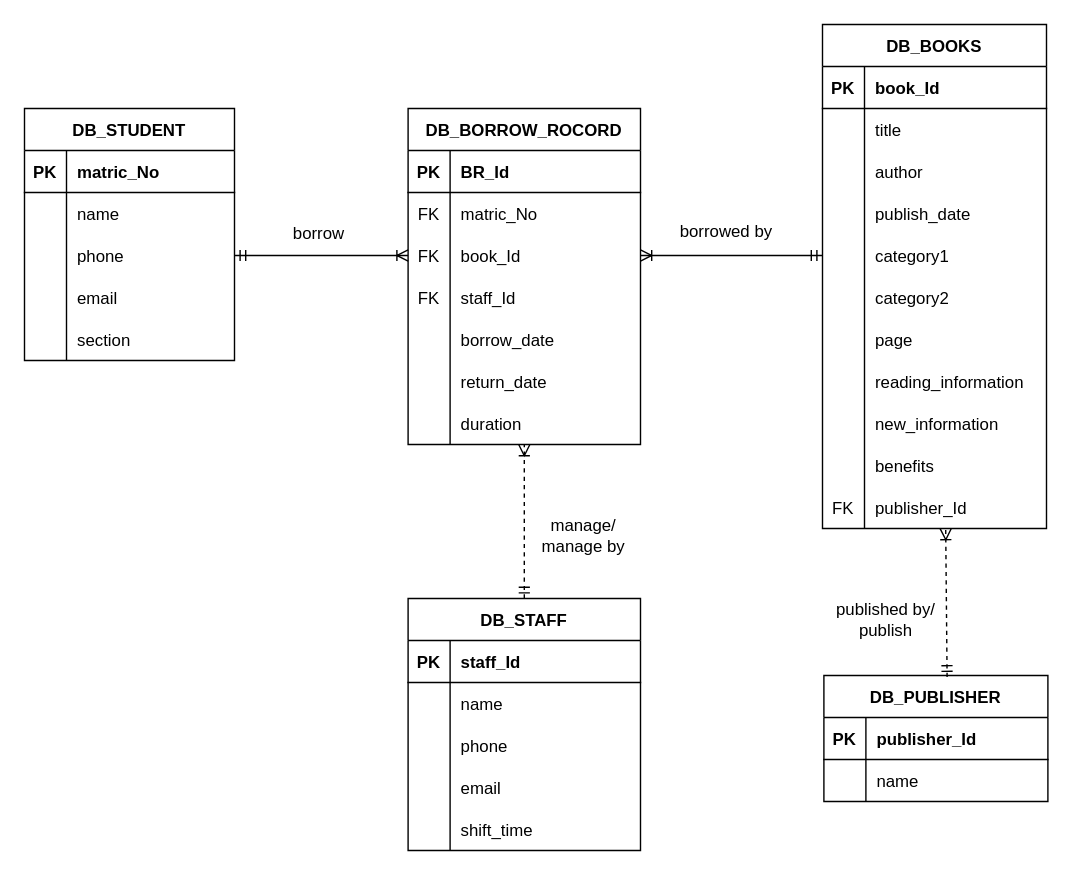
Above: page "Page-1" (1 of 2) of Exercise1ClassDiagram.drawio in abby18abby/week-2-class-diagram (draw.io), before the change. Source tidied: cells renumbered, new cells numbered last; positions are measured from the earlier drawing's top-left corner, leaving out a move shared by most shapes. Both pictures are drawn from the tidied source at 140%, with x=0, y=0 at pixel (24, 24).
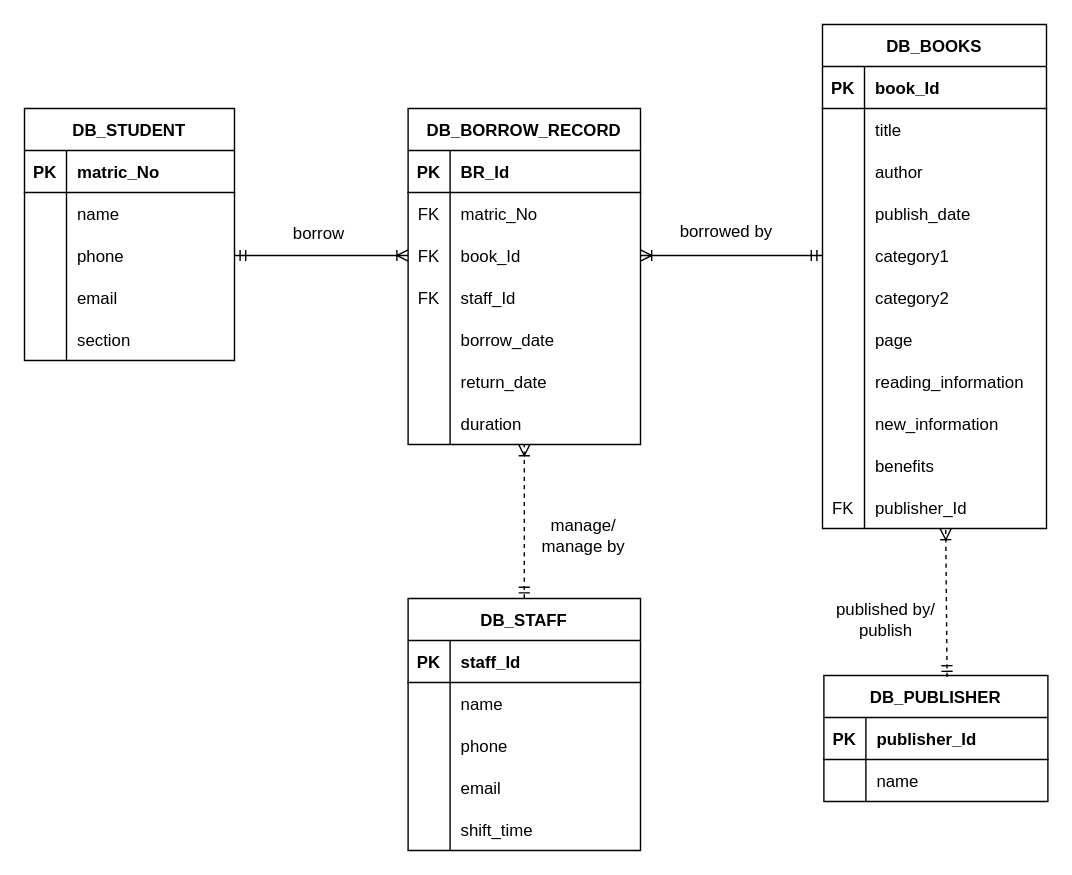
Above is the later version.

Change to the diagram source:
```diff
@@
-    <mxCell id="18" value="DB_BORROW_ROCORD" style="shape=table;startSize=30;childLayout=tableLayout;rowLines=0;fontStyle=1;align=center;" parent="1" vertex="1">
+    <mxCell id="18" value="DB_BORROW_RECORD" style="shape=table;startSize=30;childLayout=tableLayout;rowLines=0;fontStyle=1;align=center;" parent="1" vertex="1">
       <mxGeometry x="274" y="60" width="166" height="240" as="geometry" />
     </mxCell>
```
